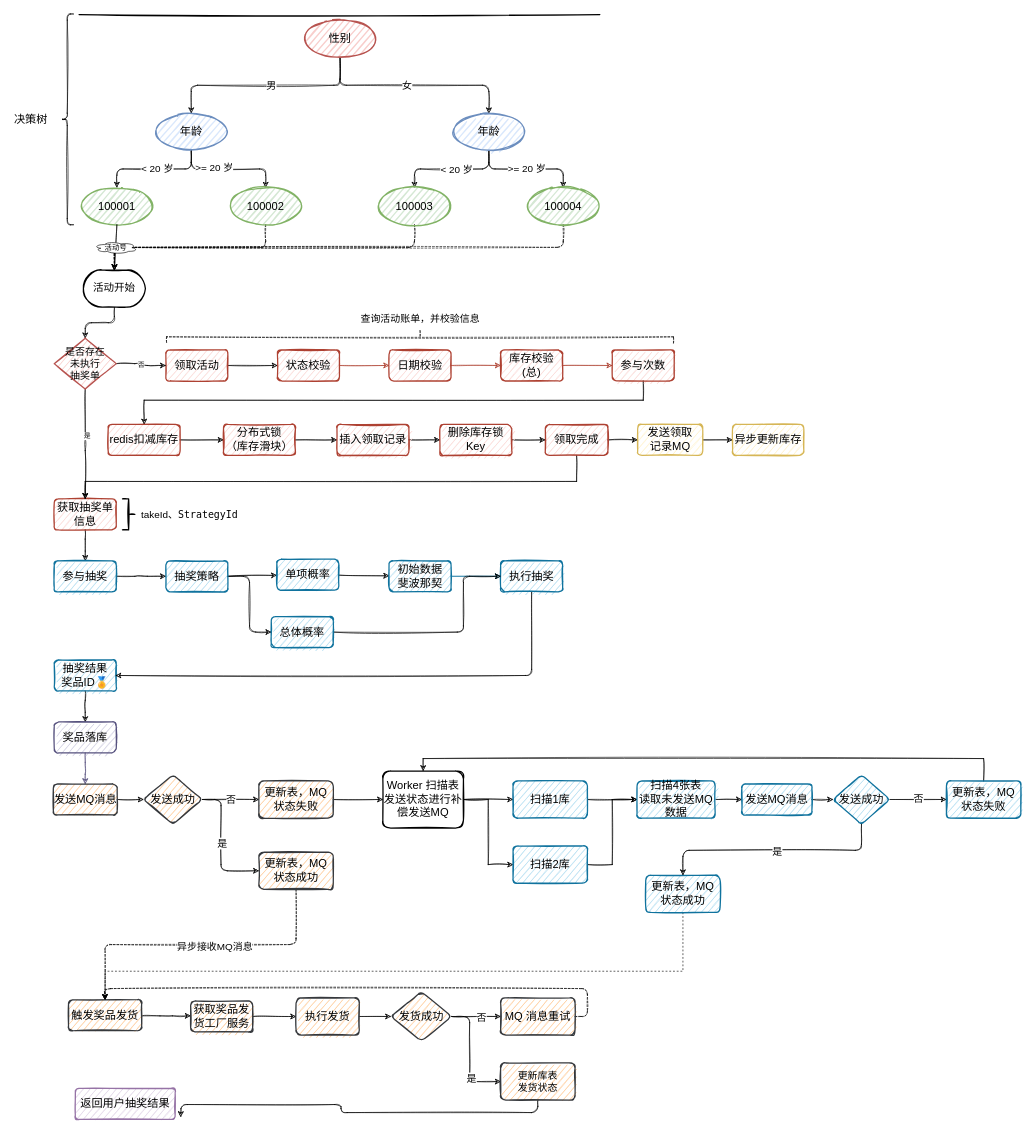
The draw.io diagram page "主流程" (1 of 4) of docs/笔记/项目笔记/Lottery/流程图/抽奖系统整体流程图.drawio in HappyBinbin/HappyBinbin.github.io, before the edit. Source tidied: cells renumbered, new cells numbered last; positions are measured from the earlier drawing's top-left corner, leaving out a move shared by most shapes. Both pictures are drawn from the tidied source at 62%, with x=0, y=0 at pixel (11, 11).
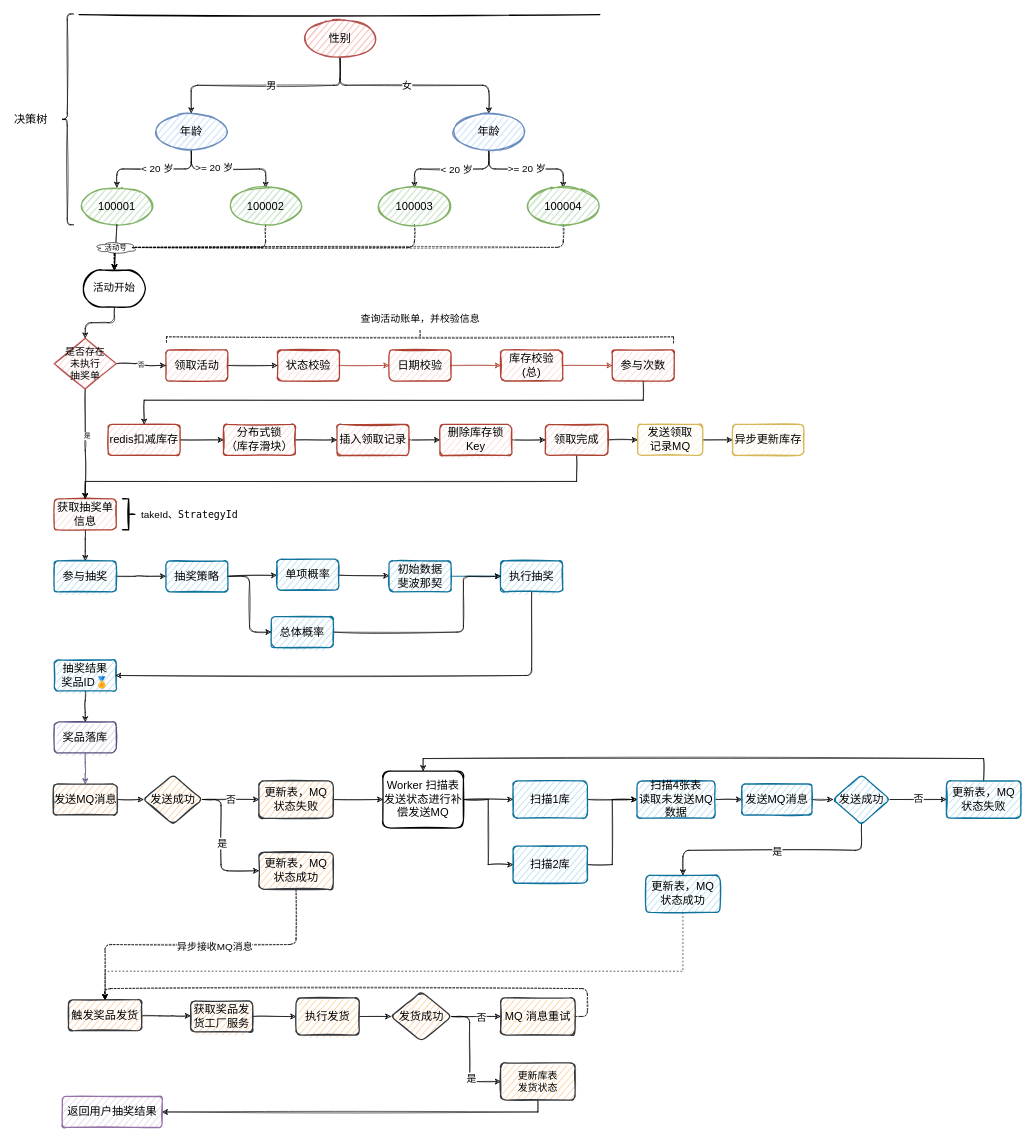
The same diagram, later.

Unchanged cells that the change refers to:
```xml
<mxCell id="94" value="&lt;font size=&quot;3&quot;&gt;更新库表&lt;br&gt;发货状态&lt;br&gt;&lt;/font&gt;" style="whiteSpace=wrap;html=1;strokeWidth=2;arcSize=14;sketch=1;fillColor=#ffcc99;strokeColor=#36393d;rounded=1;" parent="1" vertex="1">
  <mxGeometry x="790" y="1696" width="120" height="60" as="geometry" />
</mxCell>
```

What changed in the source:
```diff
@@
-    <mxCell id="93" style="edgeStyle=orthogonalEdgeStyle;sketch=1;jettySize=auto;html=1;exitX=0.5;exitY=1;exitDx=0;exitDy=0;" parent="1" edge="1" source="94">
-      <mxGeometry relative="1" as="geometry">
-        <mxPoint x="274" y="1783" as="targetPoint" />
-      </mxGeometry>
-    </mxCell>
+    <mxCell id="129" style="edgeStyle=orthogonalEdgeStyle;rounded=0;jettySize=auto;html=1;entryX=1;entryY=0.5;entryDx=0;entryDy=0;fontColor=#FFFFFF;sketch=1;" parent="1" edge="1" source="94" target="97">
+      <mxGeometry relative="1" as="geometry">
+        <Array as="points">
+          <mxPoint x="850" y="1775" />
+        </Array>
+      </mxGeometry>
+    </mxCell>
@@
     <mxCell id="97" value="&lt;font style=&quot;font-size: 18px&quot;&gt;返回用户抽奖结果&lt;/font&gt;" style="whiteSpace=wrap;html=1;absoluteArcSize=1;arcSize=14;strokeWidth=2;sketch=1;fillColor=#e1d5e7;strokeColor=#9673a6;rounded=1;" parent="1" vertex="1">
-      <mxGeometry x="104" y="1737" width="161" height="50" as="geometry" />
+      <mxGeometry x="83" y="1750" width="161" height="50" as="geometry" />
     </mxCell>
```
